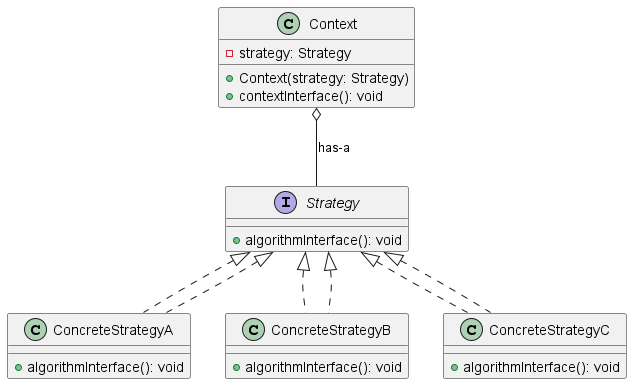
Earlier version of the PlantUML export Patterns/Manuscript/manuscript/images/ch13_Strategy/StrategyPatternClassDiagram.png (Gabriel-SoftwareAG/DesignPatterns).
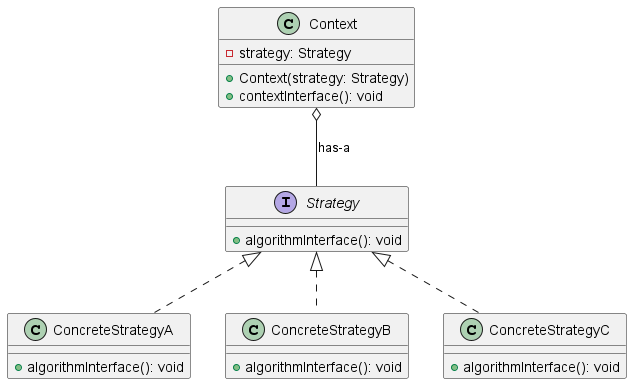
Later version of the same file.

What changed in the source:
```diff
@@ -23,8 +23,5 @@
 }
 
 Context o-- Strategy : has-a
-Strategy <|.. ConcreteStrategyA
-Strategy <|.. ConcreteStrategyB
-Strategy <|.. ConcreteStrategyC
 
 @enduml
```
